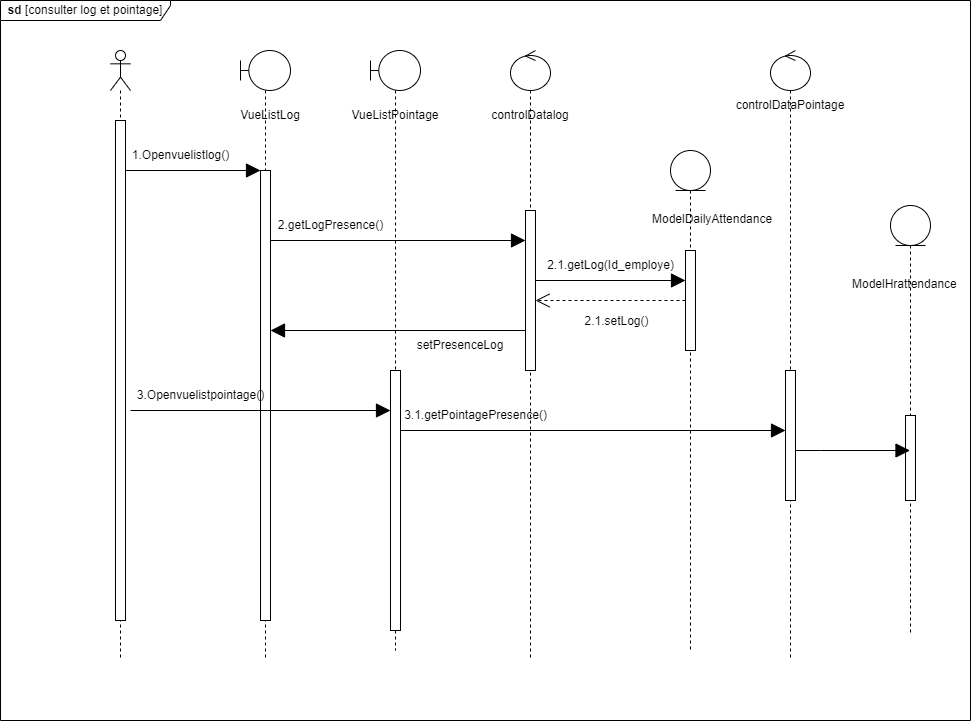
This is static/Diagramme des séquences conceptuel  log et pointage .drawio.png from Siluearsene/borne_biometrique, a draw.io export, as it was before one commit. Source tidied: cells renumbered, new cells last; positions are measured from the earlier drawing's top-left corner, leaving out a move shared by most shapes.
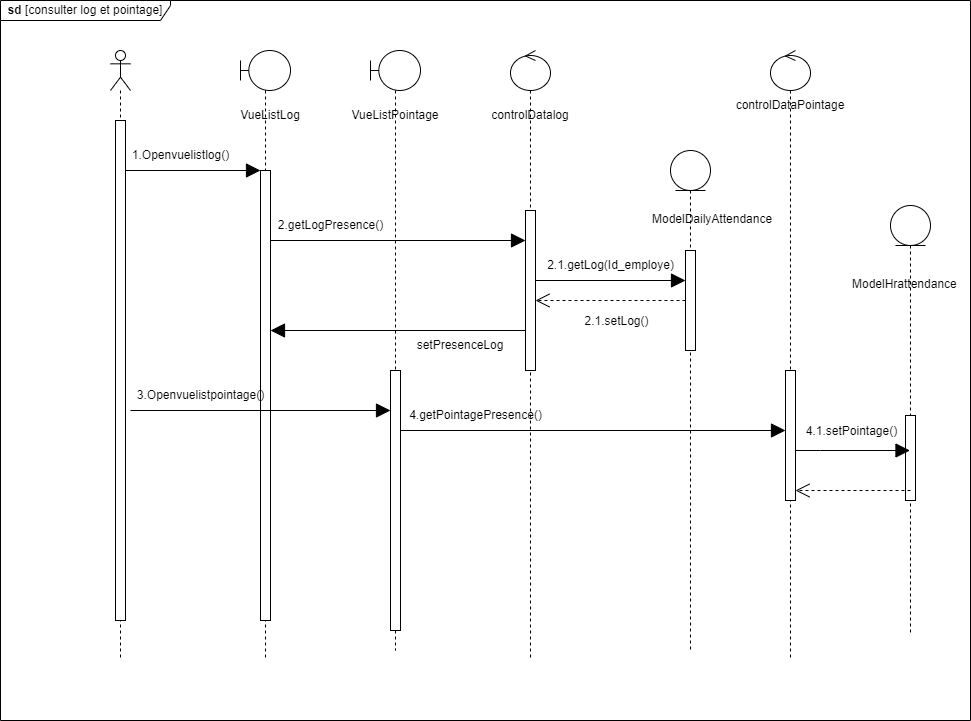
The same diagram one commit later.

Commit message:
Mettre à jour Diagramme des séquences conceptuel  log et pointage .drawio.png

What changed in the source:
```diff
@@ -98,8 +98,8 @@
     <mxCell id="29" style="html=1;points=[];perimeter=orthogonalPerimeter;outlineConnect=0;targetShapes=umlLifeline;portConstraint=eastwest;newEdgeStyle={&quot;edgeStyle&quot;:&quot;elbowEdgeStyle&quot;,&quot;elbow&quot;:&quot;vertical&quot;,&quot;curved&quot;:0,&quot;rounded&quot;:0};" parent="1" vertex="1">
       <mxGeometry x="785" y="370" width="10" height="130" as="geometry" />
     </mxCell>
-    <mxCell id="30" value="3.1.getPointagePresence()" style="text;html=1;align=center;verticalAlign=middle;strokeColor=none;fillColor=none;" parent="1" vertex="1">
-      <mxGeometry x="390" y="400" width="170" height="30" as="geometry" />
+    <mxCell id="30" value="4.getPointagePresence()" style="text;html=1;align=center;verticalAlign=middle;strokeColor=none;fillColor=none;" parent="1" vertex="1">
+      <mxGeometry x="395" y="400" width="160" height="30" as="geometry" />
     </mxCell>
     <mxCell id="31" style="endArrow=block;endFill=1;endSize=12;html=1;rounded=0;" parent="1" edge="1" target="13">
       <mxGeometry relative="1" as="geometry">
@@ -130,5 +130,15 @@
         </Array>
       </mxGeometry>
     </mxCell>
+    <mxCell id="38" style="endArrow=open;dashed=1;endFill=0;endSize=12;html=1;rounded=0;" parent="1" edge="1" target="29">
+      <mxGeometry relative="1" as="geometry">
+        <mxPoint x="910" y="490" as="sourcePoint" />
+      </mxGeometry>
+    </mxCell>
+    <mxCell id="39" value="&lt;font style=&quot;font-size: 12px;&quot;&gt;4.1.setPointage()&lt;/font&gt;" style="edgeLabel;html=1;align=center;verticalAlign=middle;" parent="38" vertex="1">
+      <mxGeometry x="0.04" y="5" relative="1" as="geometry">
+        <mxPoint y="-65" as="offset" />
+      </mxGeometry>
+    </mxCell>
   </root>
 </mxGraphModel>
```
